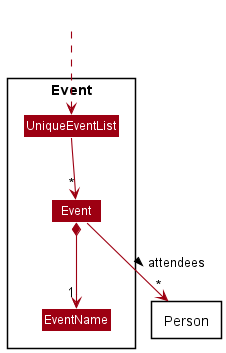
The PlantUML diagram docs/images/EventClassDiagram.png in ryanongra/tp, before a commit.
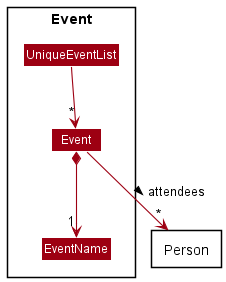
The same diagram one commit later.

Commit message:
Export image from plant uml

Diff of the diagram source:
```diff
@@ -14,8 +14,6 @@
 
 }
 
-Class HiddenOutside #FFFFFF
-HiddenOutside ..> UniqueEventList
 
 UniqueEventList --> "*" Event
 Event *--> "1" EventName
```
